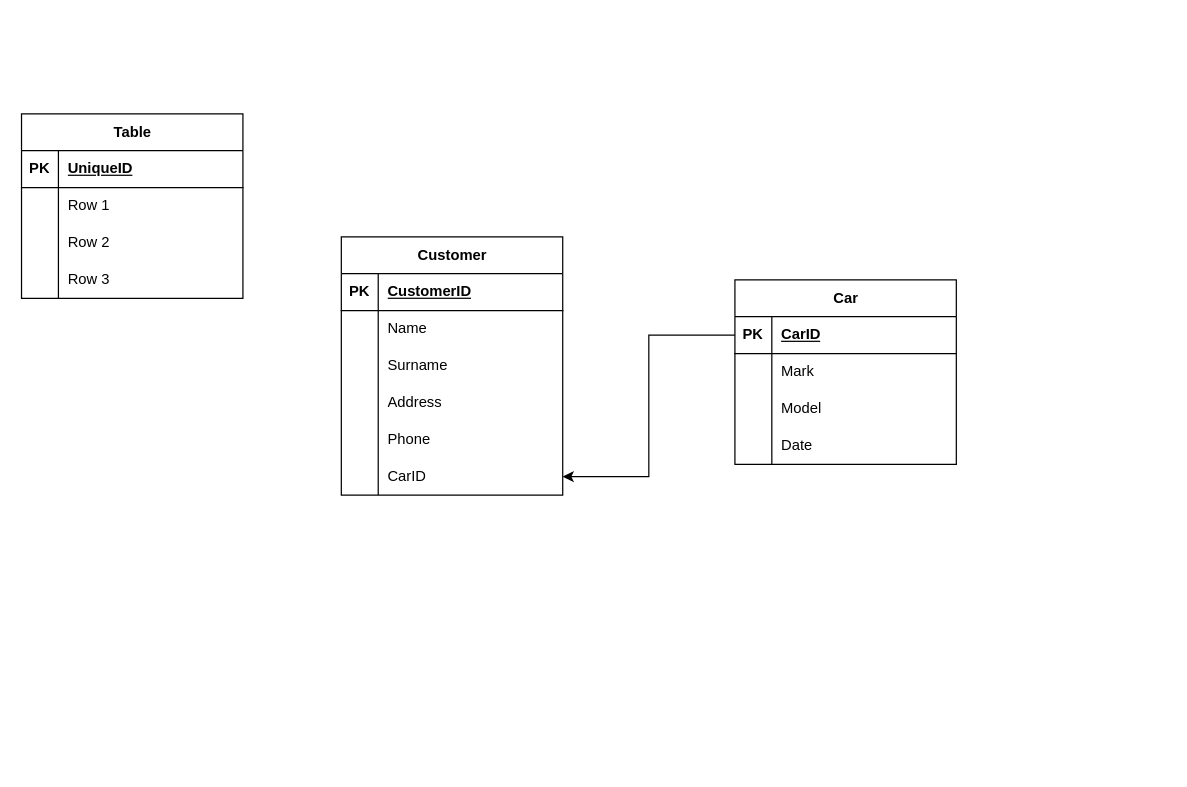
The draw.io diagram UBPAuto.drawio in LukaCafuka/Diagrams-TiPK, before the edit. Source tidied: cells renumbered, new cells numbered last; positions are measured from the earlier drawing's top-left corner, leaving out a move shared by most shapes. Both pictures are drawn from the tidied source at 123%, with x=0, y=0 at pixel (21, 113).
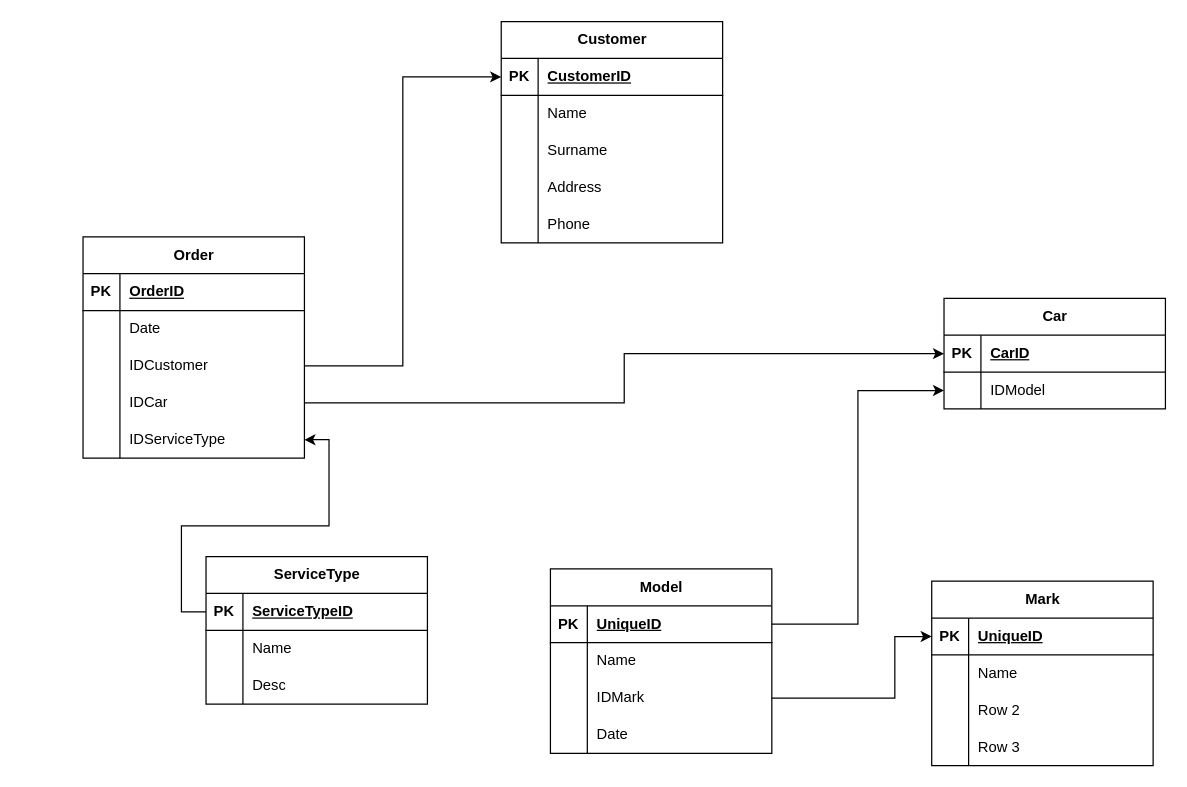
Above is the later version.

Unchanged cells that the change refers to:
```xml
<mxCell id="3" style="shape=tableRow;horizontal=0;startSize=0;swimlaneHead=0;swimlaneBody=0;fillColor=none;points=[[0,0.5],[1,0.5]];portConstraint=eastwest;top=0;left=0;right=0;bottom=1;" parent="2" vertex="1">
  <mxGeometry y="30" width="180" height="30" as="geometry" />
</mxCell>
<mxCell id="16" style="shape=tableRow;horizontal=0;startSize=0;swimlaneHead=0;swimlaneBody=0;fillColor=none;points=[[0,0.5],[1,0.5]];portConstraint=eastwest;top=0;left=0;right=0;bottom=1;" parent="15" vertex="1">
  <mxGeometry y="30" width="180" height="30" as="geometry" />
</mxCell>
<mxCell id="36" style="shape=tableRow;horizontal=0;startSize=0;swimlaneHead=0;swimlaneBody=0;fillColor=none;top=0;left=0;right=0;bottom=1;" parent="35" vertex="1">
  <mxGeometry y="30" width="180" height="30" as="geometry" />
</mxCell>
<mxCell id="39" style="shape=tableRow;horizontal=0;startSize=0;swimlaneHead=0;swimlaneBody=0;fillColor=none;top=0;left=0;right=0;bottom=0;" parent="35" vertex="1">
  <mxGeometry y="60" width="180" height="30" as="geometry" />
</mxCell>
<mxCell id="42" style="shape=tableRow;horizontal=0;startSize=0;swimlaneHead=0;swimlaneBody=0;fillColor=none;points=[[0,0.5],[1,0.5]];portConstraint=eastwest;top=0;left=0;right=0;bottom=0;" parent="35" vertex="1">
  <mxGeometry y="90" width="180" height="30" as="geometry" />
</mxCell>
<mxCell id="45" style="shape=tableRow;horizontal=0;startSize=0;swimlaneHead=0;swimlaneBody=0;fillColor=none;points=[[0,0.5],[1,0.5]];portConstraint=eastwest;top=0;left=0;right=0;bottom=0;" parent="35" vertex="1">
  <mxGeometry y="120" width="180" height="30" as="geometry" />
</mxCell>
```

Diff of the diagram source:
```diff
@@
     <mxCell id="2" value="Car" style="shape=table;startSize=30;childLayout=tableLayout;rowLines=0;fontStyle=1;align=center;html=1;" parent="1" vertex="1">
-      <mxGeometry x="580" y="135" width="180" height="150" as="geometry" />
+      <mxGeometry x="750" y="150" width="180" height="90" as="geometry" />
     </mxCell>
@@
-    <mxCell id="6" style="shape=tableRow;horizontal=0;startSize=0;swimlaneHead=0;swimlaneBody=0;fillColor=none;top=0;left=0;right=0;bottom=0;" parent="2" vertex="1">
-      <mxGeometry y="60" width="180" height="30" as="geometry" />
-    </mxCell>
-    <mxCell id="7" style="shape=partialRectangle;fillColor=none;top=0;left=0;bottom=0;right=0;overflow=hidden;whiteSpace=wrap;html=1;" parent="6" vertex="1">
-      <mxGeometry width="30" height="30" as="geometry" />
-    </mxCell>
-    <mxCell id="8" value="Mark" style="shape=partialRectangle;fillColor=none;top=0;left=0;bottom=0;right=0;align=left;spacingLeft=6;overflow=hidden;whiteSpace=wrap;html=1;" parent="6" vertex="1">
-      <mxGeometry x="30" width="150" height="30" as="geometry" />
-    </mxCell>
     <mxCell id="9" style="shape=tableRow;horizontal=0;startSize=0;swimlaneHead=0;swimlaneBody=0;fillColor=none;points=[[0,0.5],[1,0.5]];portConstraint=eastwest;top=0;left=0;right=0;bottom=0;" parent="2" vertex="1">
-      <mxGeometry y="90" width="180" height="30" as="geometry" />
+      <mxGeometry y="60" width="180" height="30" as="geometry" />
     </mxCell>
@@
-    <mxCell id="11" value="Model" style="shape=partialRectangle;fillColor=none;top=0;left=0;bottom=0;right=0;align=left;spacingLeft=6;overflow=hidden;whiteSpace=wrap;html=1;" parent="9" vertex="1">
+    <mxCell id="11" value="IDModel" style="shape=partialRectangle;fillColor=none;top=0;left=0;bottom=0;right=0;align=left;spacingLeft=6;overflow=hidden;whiteSpace=wrap;html=1;" parent="9" vertex="1">
       <mxGeometry x="30" width="150" height="30" as="geometry" />
     </mxCell>
-    <mxCell id="12" style="shape=tableRow;horizontal=0;startSize=0;swimlaneHead=0;swimlaneBody=0;fillColor=none;top=0;left=0;right=0;bottom=0;" parent="2" vertex="1">
-      <mxGeometry y="120" width="180" height="30" as="geometry" />
-    </mxCell>
-    <mxCell id="13" style="shape=partialRectangle;fillColor=none;top=0;left=0;bottom=0;right=0;overflow=hidden;whiteSpace=wrap;html=1;" parent="12" vertex="1">
-      <mxGeometry width="30" height="30" as="geometry" />
-    </mxCell>
-    <mxCell id="14" value="Date" style="shape=partialRectangle;fillColor=none;top=0;left=0;bottom=0;right=0;align=left;spacingLeft=6;overflow=hidden;whiteSpace=wrap;html=1;" parent="12" vertex="1">
-      <mxGeometry x="30" width="150" height="30" as="geometry" />
-    </mxCell>
     <mxCell id="15" value="Customer" style="shape=table;startSize=30;childLayout=tableLayout;rowLines=0;fontStyle=1;align=center;html=1;" parent="1" vertex="1">
-      <mxGeometry x="260" y="100" width="180" height="210" as="geometry" />
+      <mxGeometry x="390" y="-75" width="180" height="180" as="geometry" />
     </mxCell>
@@
-    <mxCell id="31" style="shape=tableRow;horizontal=0;startSize=0;swimlaneHead=0;swimlaneBody=0;fillColor=none;points=[[0,0.5],[1,0.5]];portConstraint=eastwest;top=0;left=0;right=0;bottom=0;" parent="15" vertex="1">
-      <mxGeometry y="180" width="180" height="30" as="geometry" />
-    </mxCell>
-    <mxCell id="32" style="shape=partialRectangle;fillColor=none;top=0;left=0;bottom=0;right=0;overflow=hidden;whiteSpace=wrap;html=1;" parent="31" vertex="1">
-      <mxGeometry width="30" height="30" as="geometry" />
-    </mxCell>
-    <mxCell id="33" value="CarID" style="shape=partialRectangle;fillColor=none;top=0;left=0;bottom=0;right=0;align=left;spacingLeft=6;overflow=hidden;whiteSpace=wrap;html=1;" parent="31" vertex="1">
-      <mxGeometry x="30" width="150" height="30" as="geometry" />
-    </mxCell>
-    <mxCell id="34" style="edgeStyle=orthogonalEdgeStyle;rounded=0;jettySize=auto;html=1;entryX=1;entryY=0.5;entryDx=0;entryDy=0;" parent="1" edge="1" source="3" target="31">
-      <mxGeometry relative="1" as="geometry" />
-    </mxCell>
-    <mxCell id="35" value="Table" style="shape=table;startSize=30;childLayout=tableLayout;rowLines=0;fontStyle=1;align=center;html=1;" parent="1" vertex="1">
-      <mxGeometry width="180" height="150" as="geometry" />
+    <mxCell id="35" value="Order" style="shape=table;startSize=30;childLayout=tableLayout;rowLines=0;fontStyle=1;align=center;html=1;" parent="1" vertex="1">
+      <mxGeometry x="50" y="100" width="180" height="180" as="geometry" />
     </mxCell>
@@
-    <mxCell id="38" value="UniqueID" style="shape=partialRectangle;fillColor=none;top=0;left=0;bottom=0;right=0;align=left;spacingLeft=6;fontStyle=5;overflow=hidden;whiteSpace=wrap;html=1;" parent="36" vertex="1">
+    <mxCell id="38" value="OrderID" style="shape=partialRectangle;fillColor=none;top=0;left=0;bottom=0;right=0;align=left;spacingLeft=6;fontStyle=5;overflow=hidden;whiteSpace=wrap;html=1;" parent="36" vertex="1">
       <mxGeometry x="30" width="150" height="30" as="geometry" />
     </mxCell>
@@
-    <mxCell id="41" value="Row 1" style="shape=partialRectangle;fillColor=none;top=0;left=0;bottom=0;right=0;align=left;spacingLeft=6;overflow=hidden;whiteSpace=wrap;html=1;" parent="39" vertex="1">
+    <mxCell id="41" value="Date" style="shape=partialRectangle;fillColor=none;top=0;left=0;bottom=0;right=0;align=left;spacingLeft=6;overflow=hidden;whiteSpace=wrap;html=1;" parent="39" vertex="1">
       <mxGeometry x="30" width="150" height="30" as="geometry" />
     </mxCell>
@@
-    <mxCell id="44" value="Row 2" style="shape=partialRectangle;fillColor=none;top=0;left=0;bottom=0;right=0;align=left;spacingLeft=6;overflow=hidden;whiteSpace=wrap;html=1;" parent="42" vertex="1">
+    <mxCell id="44" value="IDCustomer" style="shape=partialRectangle;fillColor=none;top=0;left=0;bottom=0;right=0;align=left;spacingLeft=6;overflow=hidden;whiteSpace=wrap;html=1;" parent="42" vertex="1">
       <mxGeometry x="30" width="150" height="30" as="geometry" />
     </mxCell>
@@
-    <mxCell id="47" value="Row 3" style="shape=partialRectangle;fillColor=none;top=0;left=0;bottom=0;right=0;align=left;spacingLeft=6;overflow=hidden;whiteSpace=wrap;html=1;" parent="45" vertex="1">
+    <mxCell id="47" value="IDCar" style="shape=partialRectangle;fillColor=none;top=0;left=0;bottom=0;right=0;align=left;spacingLeft=6;overflow=hidden;whiteSpace=wrap;html=1;" parent="45" vertex="1">
       <mxGeometry x="30" width="150" height="30" as="geometry" />
     </mxCell>
+    <mxCell id="48" style="shape=tableRow;horizontal=0;startSize=0;swimlaneHead=0;swimlaneBody=0;fillColor=none;points=[[0,0.5],[1,0.5]];portConstraint=eastwest;top=0;left=0;right=0;bottom=0;" parent="35" vertex="1">
+      <mxGeometry y="150" width="180" height="30" as="geometry" />
+    </mxCell>
+    <mxCell id="49" style="shape=partialRectangle;fillColor=none;top=0;left=0;bottom=0;right=0;overflow=hidden;whiteSpace=wrap;html=1;" parent="48" vertex="1">
+      <mxGeometry width="30" height="30" as="geometry" />
+    </mxCell>
+    <mxCell id="50" value="IDServiceType" style="shape=partialRectangle;fillColor=none;top=0;left=0;bottom=0;right=0;align=left;spacingLeft=6;overflow=hidden;whiteSpace=wrap;html=1;" parent="48" vertex="1">
+      <mxGeometry x="30" width="150" height="30" as="geometry" />
+    </mxCell>
+    <mxCell id="8" value="Mark" style="shape=table;startSize=30;childLayout=tableLayout;rowLines=0;fontStyle=1;align=center;html=1;" parent="1" vertex="1">
+      <mxGeometry x="740" y="380" width="180" height="150" as="geometry" />
+    </mxCell>
+    <mxCell id="51" style="shape=tableRow;horizontal=0;startSize=0;swimlaneHead=0;swimlaneBody=0;fillColor=none;points=[[0,0.5],[1,0.5]];portConstraint=eastwest;top=0;left=0;right=0;bottom=1;" parent="8" vertex="1">
+      <mxGeometry y="30" width="180" height="30" as="geometry" />
+    </mxCell>
+    <mxCell id="52" value="PK" style="shape=partialRectangle;fillColor=none;top=0;left=0;bottom=0;right=0;fontStyle=1;overflow=hidden;whiteSpace=wrap;html=1;" parent="51" vertex="1">
+      <mxGeometry width="30" height="30" as="geometry" />
+    </mxCell>
+    <mxCell id="53" value="UniqueID" style="shape=partialRectangle;fillColor=none;top=0;left=0;bottom=0;right=0;align=left;spacingLeft=6;fontStyle=5;overflow=hidden;whiteSpace=wrap;html=1;" parent="51" vertex="1">
+      <mxGeometry x="30" width="150" height="30" as="geometry" />
+    </mxCell>
+    <mxCell id="54" style="shape=tableRow;horizontal=0;startSize=0;swimlaneHead=0;swimlaneBody=0;fillColor=none;top=0;left=0;right=0;bottom=0;" parent="8" vertex="1">
+      <mxGeometry y="60" width="180" height="30" as="geometry" />
+    </mxCell>
+    <mxCell id="55" style="shape=partialRectangle;fillColor=none;top=0;left=0;bottom=0;right=0;overflow=hidden;whiteSpace=wrap;html=1;" parent="54" vertex="1">
+      <mxGeometry width="30" height="30" as="geometry" />
+    </mxCell>
+    <mxCell id="56" value="Name" style="shape=partialRectangle;fillColor=none;top=0;left=0;bottom=0;right=0;align=left;spacingLeft=6;overflow=hidden;whiteSpace=wrap;html=1;" parent="54" vertex="1">
+      <mxGeometry x="30" width="150" height="30" as="geometry" />
+    </mxCell>
+    <mxCell id="57" style="shape=tableRow;horizontal=0;startSize=0;swimlaneHead=0;swimlaneBody=0;fillColor=none;top=0;left=0;right=0;bottom=0;" parent="8" vertex="1">
+      <mxGeometry y="90" width="180" height="30" as="geometry" />
+    </mxCell>
+    <mxCell id="58" style="shape=partialRectangle;fillColor=none;top=0;left=0;bottom=0;right=0;overflow=hidden;whiteSpace=wrap;html=1;" parent="57" vertex="1">
+      <mxGeometry width="30" height="30" as="geometry" />
+    </mxCell>
+    <mxCell id="59" value="Row 2" style="shape=partialRectangle;fillColor=none;top=0;left=0;bottom=0;right=0;align=left;spacingLeft=6;overflow=hidden;whiteSpace=wrap;html=1;" parent="57" vertex="1">
+      <mxGeometry x="30" width="150" height="30" as="geometry" />
+    </mxCell>
+    <mxCell id="60" style="shape=tableRow;horizontal=0;startSize=0;swimlaneHead=0;swimlaneBody=0;fillColor=none;top=0;left=0;right=0;bottom=0;" parent="8" vertex="1">
+      <mxGeometry y="120" width="180" height="30" as="geometry" />
+    </mxCell>
+    <mxCell id="61" style="shape=partialRectangle;fillColor=none;top=0;left=0;bottom=0;right=0;overflow=hidden;whiteSpace=wrap;html=1;" parent="60" vertex="1">
+      <mxGeometry width="30" height="30" as="geometry" />
+    </mxCell>
+    <mxCell id="62" value="Row 3" style="shape=partialRectangle;fillColor=none;top=0;left=0;bottom=0;right=0;align=left;spacingLeft=6;overflow=hidden;whiteSpace=wrap;html=1;" parent="60" vertex="1">
+      <mxGeometry x="30" width="150" height="30" as="geometry" />
+    </mxCell>
+    <mxCell id="63" value="Model" style="shape=table;startSize=30;childLayout=tableLayout;rowLines=0;fontStyle=1;align=center;html=1;" parent="1" vertex="1">
+      <mxGeometry x="430" y="370" width="180" height="150" as="geometry" />
+    </mxCell>
+    <mxCell id="64" style="shape=tableRow;horizontal=0;startSize=0;swimlaneHead=0;swimlaneBody=0;fillColor=none;points=[[0,0.5],[1,0.5]];portConstraint=eastwest;top=0;left=0;right=0;bottom=1;" parent="63" vertex="1">
+      <mxGeometry y="30" width="180" height="30" as="geometry" />
+    </mxCell>
+    <mxCell id="65" value="PK" style="shape=partialRectangle;fillColor=none;top=0;left=0;bottom=0;right=0;fontStyle=1;overflow=hidden;whiteSpace=wrap;html=1;" parent="64" vertex="1">
+      <mxGeometry width="30" height="30" as="geometry" />
+    </mxCell>
+    <mxCell id="66" value="UniqueID" style="shape=partialRectangle;fillColor=none;top=0;left=0;bottom=0;right=0;align=left;spacingLeft=6;fontStyle=5;overflow=hidden;whiteSpace=wrap;html=1;" parent="64" vertex="1">
+      <mxGeometry x="30" width="150" height="30" as="geometry" />
+    </mxCell>
+    <mxCell id="67" style="shape=tableRow;horizontal=0;startSize=0;swimlaneHead=0;swimlaneBody=0;fillColor=none;top=0;left=0;right=0;bottom=0;" parent="63" vertex="1">
+      <mxGeometry y="60" width="180" height="30" as="geometry" />
+    </mxCell>
+    <mxCell id="68" style="shape=partialRectangle;fillColor=none;top=0;left=0;bottom=0;right=0;overflow=hidden;whiteSpace=wrap;html=1;" parent="67" vertex="1">
+      <mxGeometry width="30" height="30" as="geometry" />
+    </mxCell>
+    <mxCell id="69" value="Name" style="shape=partialRectangle;fillColor=none;top=0;left=0;bottom=0;right=0;align=left;spacingLeft=6;overflow=hidden;whiteSpace=wrap;html=1;" parent="67" vertex="1">
+      <mxGeometry x="30" width="150" height="30" as="geometry" />
+    </mxCell>
+    <mxCell id="70" style="shape=tableRow;horizontal=0;startSize=0;swimlaneHead=0;swimlaneBody=0;fillColor=none;points=[[0,0.5],[1,0.5]];portConstraint=eastwest;top=0;left=0;right=0;bottom=0;" parent="63" vertex="1">
+      <mxGeometry y="90" width="180" height="30" as="geometry" />
+    </mxCell>
+    <mxCell id="71" style="shape=partialRectangle;fillColor=none;top=0;left=0;bottom=0;right=0;overflow=hidden;whiteSpace=wrap;html=1;" parent="70" vertex="1">
+      <mxGeometry width="30" height="30" as="geometry" />
+    </mxCell>
+    <mxCell id="72" value="IDMark" style="shape=partialRectangle;fillColor=none;top=0;left=0;bottom=0;right=0;align=left;spacingLeft=6;overflow=hidden;whiteSpace=wrap;html=1;" parent="70" vertex="1">
+      <mxGeometry x="30" width="150" height="30" as="geometry" />
+    </mxCell>
+    <mxCell id="73" style="shape=tableRow;horizontal=0;startSize=0;swimlaneHead=0;swimlaneBody=0;fillColor=none;top=0;left=0;right=0;bottom=0;" parent="63" vertex="1">
+      <mxGeometry y="120" width="180" height="30" as="geometry" />
+    </mxCell>
+    <mxCell id="74" style="shape=partialRectangle;fillColor=none;top=0;left=0;bottom=0;right=0;overflow=hidden;whiteSpace=wrap;html=1;" parent="73" vertex="1">
+      <mxGeometry width="30" height="30" as="geometry" />
+    </mxCell>
+    <mxCell id="14" value="Date" style="shape=partialRectangle;fillColor=none;top=0;left=0;bottom=0;right=0;align=left;spacingLeft=6;overflow=hidden;whiteSpace=wrap;html=1;" parent="73" vertex="1">
+      <mxGeometry x="30" width="150" height="30" as="geometry" />
+    </mxCell>
+    <mxCell id="75" style="edgeStyle=orthogonalEdgeStyle;rounded=0;jettySize=auto;html=1;entryX=0;entryY=0.5;entryDx=0;entryDy=0;" parent="1" edge="1" source="70" target="51">
+      <mxGeometry relative="1" as="geometry">
+        <Array as="points">
+          <mxPoint x="710" y="475" />
+          <mxPoint x="710" y="425" />
+        </Array>
+      </mxGeometry>
+    </mxCell>
+    <mxCell id="76" style="edgeStyle=orthogonalEdgeStyle;rounded=0;jettySize=auto;html=1;entryX=0;entryY=0.5;entryDx=0;entryDy=0;" parent="1" edge="1" source="64" target="9">
+      <mxGeometry relative="1" as="geometry" />
+    </mxCell>
+    <mxCell id="77" style="edgeStyle=orthogonalEdgeStyle;rounded=0;jettySize=auto;html=1;entryX=0;entryY=0.5;entryDx=0;entryDy=0;" parent="1" edge="1" source="42" target="16">
+      <mxGeometry relative="1" as="geometry" />
+    </mxCell>
+    <mxCell id="78" style="edgeStyle=orthogonalEdgeStyle;rounded=0;jettySize=auto;html=1;entryX=0;entryY=0.5;entryDx=0;entryDy=0;" parent="1" edge="1" source="45" target="3">
+      <mxGeometry relative="1" as="geometry" />
+    </mxCell>
+    <mxCell id="79" value="ServiceType" style="shape=table;startSize=30;childLayout=tableLayout;rowLines=0;fontStyle=1;align=center;html=1;" parent="1" vertex="1">
+      <mxGeometry x="150" y="360" width="180" height="120" as="geometry" />
+    </mxCell>
+    <mxCell id="80" style="shape=tableRow;horizontal=0;startSize=0;swimlaneHead=0;swimlaneBody=0;fillColor=none;points=[[0,0.5],[1,0.5]];portConstraint=eastwest;top=0;left=0;right=0;bottom=1;" parent="79" vertex="1">
+      <mxGeometry y="30" width="180" height="30" as="geometry" />
+    </mxCell>
+    <mxCell id="81" value="PK" style="shape=partialRectangle;fillColor=none;top=0;left=0;bottom=0;right=0;fontStyle=1;overflow=hidden;whiteSpace=wrap;html=1;" parent="80" vertex="1">
+      <mxGeometry width="30" height="30" as="geometry" />
+    </mxCell>
+    <mxCell id="82" value="ServiceTypeID" style="shape=partialRectangle;fillColor=none;top=0;left=0;bottom=0;right=0;align=left;spacingLeft=6;fontStyle=5;overflow=hidden;whiteSpace=wrap;html=1;" parent="80" vertex="1">
+      <mxGeometry x="30" width="150" height="30" as="geometry" />
+    </mxCell>
+    <mxCell id="83" style="shape=tableRow;horizontal=0;startSize=0;swimlaneHead=0;swimlaneBody=0;fillColor=none;top=0;left=0;right=0;bottom=0;" parent="79" vertex="1">
+      <mxGeometry y="60" width="180" height="30" as="geometry" />
+    </mxCell>
+    <mxCell id="84" style="shape=partialRectangle;fillColor=none;top=0;left=0;bottom=0;right=0;overflow=hidden;whiteSpace=wrap;html=1;" parent="83" vertex="1">
+      <mxGeometry width="30" height="30" as="geometry" />
+    </mxCell>
+    <mxCell id="85" value="Name" style="shape=partialRectangle;fillColor=none;top=0;left=0;bottom=0;right=0;align=left;spacingLeft=6;overflow=hidden;whiteSpace=wrap;html=1;" parent="83" vertex="1">
+      <mxGeometry x="30" width="150" height="30" as="geometry" />
+    </mxCell>
+    <mxCell id="86" style="shape=tableRow;horizontal=0;startSize=0;swimlaneHead=0;swimlaneBody=0;fillColor=none;top=0;left=0;right=0;bottom=0;" parent="79" vertex="1">
+      <mxGeometry y="90" width="180" height="30" as="geometry" />
+    </mxCell>
+    <mxCell id="87" style="shape=partialRectangle;fillColor=none;top=0;left=0;bottom=0;right=0;overflow=hidden;whiteSpace=wrap;html=1;" parent="86" vertex="1">
+      <mxGeometry width="30" height="30" as="geometry" />
+    </mxCell>
+    <mxCell id="88" value="Desc" style="shape=partialRectangle;fillColor=none;top=0;left=0;bottom=0;right=0;align=left;spacingLeft=6;overflow=hidden;whiteSpace=wrap;html=1;" parent="86" vertex="1">
+      <mxGeometry x="30" width="150" height="30" as="geometry" />
+    </mxCell>
+    <mxCell id="89" style="edgeStyle=orthogonalEdgeStyle;rounded=0;jettySize=auto;html=1;entryX=1;entryY=0.5;entryDx=0;entryDy=0;" parent="1" edge="1" source="80" target="48">
+      <mxGeometry relative="1" as="geometry" />
+    </mxCell>
```
